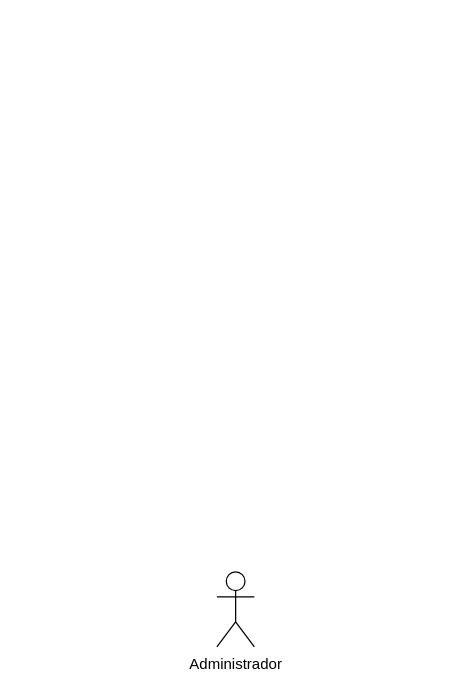
ecardosa/LogiRAIL-project keeps this draw.io diagram as subsistemas/administrador/administrador.drawio. Above is the earlier version. Source tidied: cells renumbered, new cells numbered last; positions are measured from the earlier drawing's top-left corner, leaving out a move shared by most shapes. Both pictures are drawn from the tidied source at 125%, with x=0, y=0 at pixel (216, 571).
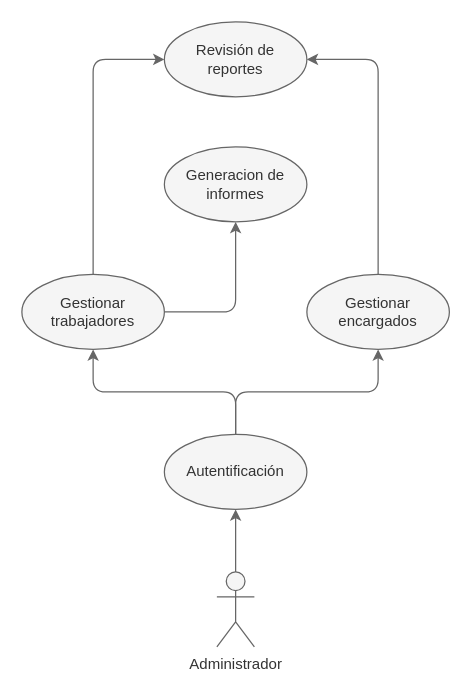
The same page after the edit.

Commit message (it also covers changes not shown here):
Enhanced design

The edit, as a diff of the source:
```diff
@@
 <mxGraphModel>
   <root>
     <mxCell id="0" />
     <mxCell id="1" parent="0" />
+    <mxCell id="3" style="edgeStyle=orthogonalEdgeStyle;html=1;exitX=0.5;exitY=0;exitDx=0;exitDy=0;exitPerimeter=0;entryX=0.5;entryY=1;entryDx=0;entryDy=0;fillColor=#f5f5f5;strokeColor=#666666;" parent="1" edge="1" source="2" target="6">
+      <mxGeometry relative="1" as="geometry" />
+    </mxCell>
-    <mxCell id="2" value="Administrador" style="shape=umlActor;verticalLabelPosition=bottom;verticalAlign=top;html=1;" parent="1" vertex="1">
+    <mxCell id="2" value="Administrador" style="shape=umlActor;verticalLabelPosition=bottom;verticalAlign=top;html=1;fillColor=#f5f5f5;fontColor=#333333;strokeColor=#666666;" parent="1" vertex="1">
       <mxGeometry width="30" height="60" as="geometry" />
     </mxCell>
+    <mxCell id="4" style="edgeStyle=orthogonalEdgeStyle;html=1;exitX=0.5;exitY=0;exitDx=0;exitDy=0;entryX=0.5;entryY=1;entryDx=0;entryDy=0;fillColor=#f5f5f5;strokeColor=#666666;" parent="1" edge="1" source="6" target="9">
+      <mxGeometry relative="1" as="geometry" />
+    </mxCell>
+    <mxCell id="5" style="edgeStyle=orthogonalEdgeStyle;html=1;exitX=0.5;exitY=0;exitDx=0;exitDy=0;entryX=0.5;entryY=1;entryDx=0;entryDy=0;fillColor=#f5f5f5;strokeColor=#666666;" parent="1" edge="1" source="6" target="11">
+      <mxGeometry relative="1" as="geometry" />
+    </mxCell>
+    <mxCell id="6" value="Autentificación" style="ellipse;whiteSpace=wrap;html=1;fillColor=#f5f5f5;fontColor=#333333;strokeColor=#666666;" parent="1" vertex="1">
+      <mxGeometry x="-42" y="-110" width="114" height="60" as="geometry" />
+    </mxCell>
+    <mxCell id="7" style="edgeStyle=orthogonalEdgeStyle;html=1;exitX=0.5;exitY=0;exitDx=0;exitDy=0;entryX=0;entryY=0.5;entryDx=0;entryDy=0;fillColor=#f5f5f5;strokeColor=#666666;" parent="1" edge="1" source="9" target="13">
+      <mxGeometry relative="1" as="geometry" />
+    </mxCell>
+    <mxCell id="8" style="edgeStyle=orthogonalEdgeStyle;html=1;exitX=1;exitY=0.5;exitDx=0;exitDy=0;entryX=0.5;entryY=1;entryDx=0;entryDy=0;fillColor=#f5f5f5;strokeColor=#666666;" parent="1" edge="1" source="9" target="12">
+      <mxGeometry relative="1" as="geometry" />
+    </mxCell>
+    <mxCell id="9" value="Gestionar trabajadores" style="ellipse;whiteSpace=wrap;html=1;fillColor=#f5f5f5;fontColor=#333333;strokeColor=#666666;" parent="1" vertex="1">
+      <mxGeometry x="-156" y="-238" width="114" height="60" as="geometry" />
+    </mxCell>
+    <mxCell id="10" style="edgeStyle=orthogonalEdgeStyle;html=1;exitX=0.5;exitY=0;exitDx=0;exitDy=0;entryX=1;entryY=0.5;entryDx=0;entryDy=0;fillColor=#f5f5f5;strokeColor=#666666;" parent="1" edge="1" source="11" target="13">
+      <mxGeometry relative="1" as="geometry" />
+    </mxCell>
+    <mxCell id="11" value="Gestionar encargados" style="ellipse;whiteSpace=wrap;html=1;fillColor=#f5f5f5;fontColor=#333333;strokeColor=#666666;" parent="1" vertex="1">
+      <mxGeometry x="72" y="-238" width="114" height="60" as="geometry" />
+    </mxCell>
+    <mxCell id="12" value="Generacion de informes" style="ellipse;whiteSpace=wrap;html=1;fillColor=#f5f5f5;fontColor=#333333;strokeColor=#666666;" parent="1" vertex="1">
+      <mxGeometry x="-42" y="-340" width="114" height="60" as="geometry" />
+    </mxCell>
+    <mxCell id="13" value="Revisión de&lt;br&gt;reportes" style="ellipse;whiteSpace=wrap;html=1;fillColor=#f5f5f5;fontColor=#333333;strokeColor=#666666;" parent="1" vertex="1">
+      <mxGeometry x="-42" y="-440" width="114" height="60" as="geometry" />
+    </mxCell>
   </root>
 </mxGraphModel>
```
